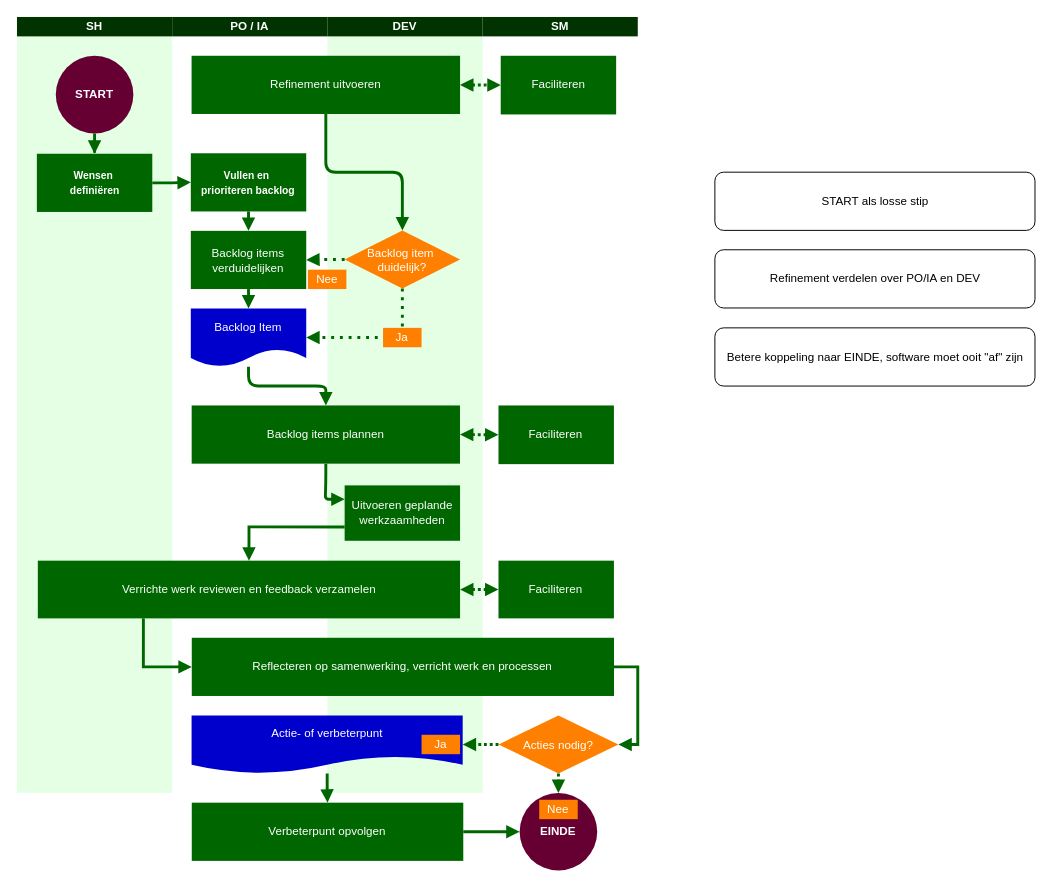
Before: diagrammen/2025-05-10 Opdracht 2 IST Swimlane.drawio in LeroyGerrits/zuyd, a draw.io diagram. Source tidied: cells renumbered, new cells numbered last; positions are measured from the earlier drawing's top-left corner, leaving out a move shared by most shapes. Both pictures are drawn from the tidied source at 97%, with x=0, y=0 at pixel (16, 16).
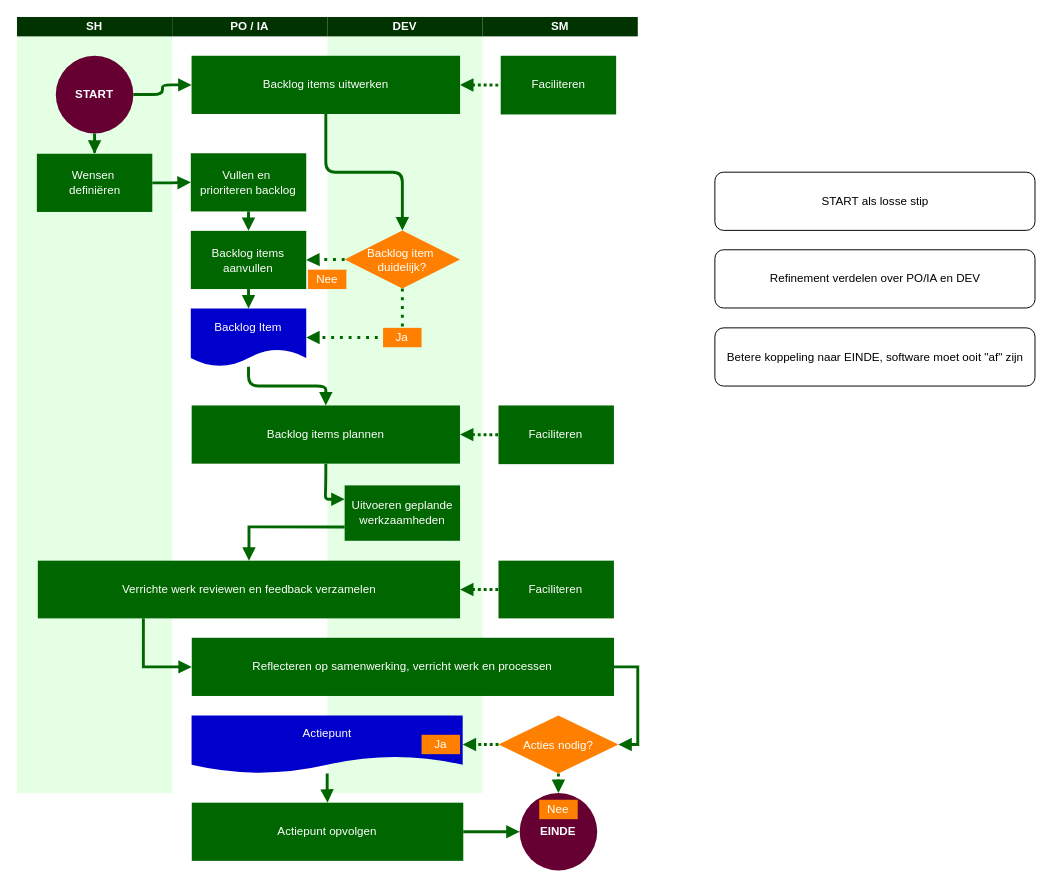
The same diagram, later.

Unchanged cells that the change refers to:
```xml
<mxCell id="19" value="Verrichte werk reviewen en feedback verzamelen" style="whiteSpace=wrap;strokeColor=none;fillColor=#006600;shadow=0;fontColor=#FFFFFF;fontFamily=Helvetica;fontStyle=0;html=1;fontSize=12;spacing=6;verticalAlign=middle;fillStyle=auto;" parent="1" vertex="1">
  <mxGeometry x="21.5" y="560.5" width="435.3" height="59.5" as="geometry" />
</mxCell>
<mxCell id="27" value="Backlog items plannen" style="whiteSpace=wrap;strokeColor=none;fillColor=#006600;shadow=0;fontColor=#FFFFFF;fontFamily=Helvetica;fontStyle=0;html=1;fontSize=12;spacing=6;verticalAlign=middle;fillStyle=auto;" parent="1" vertex="1">
  <mxGeometry x="180.1" y="400.5" width="276.6" height="60" as="geometry" />
</mxCell>
<mxCell id="28" value="Faciliteren" style="whiteSpace=wrap;shadow=0;fontColor=#FFFFFF;fontFamily=Helvetica;fontStyle=0;html=1;fontSize=12;plain-purple;strokeColor=none;fillColor=#006600;gradientColor=none;spacing=6;verticalAlign=middle;" parent="1" vertex="1">
  <mxGeometry x="498.7" y="40" width="119" height="60.5" as="geometry" />
</mxCell>
<mxCell id="29" value="Faciliteren" style="whiteSpace=wrap;shadow=0;fontColor=#FFFFFF;fontFamily=Helvetica;fontStyle=0;html=1;fontSize=12;plain-purple;strokeColor=none;fillColor=#006600;gradientColor=none;spacing=6;verticalAlign=middle;" parent="1" vertex="1">
  <mxGeometry x="496.4" y="400.5" width="119" height="60.5" as="geometry" />
</mxCell>
<mxCell id="30" value="Faciliteren" style="whiteSpace=wrap;shadow=0;fontColor=#FFFFFF;fontFamily=Helvetica;fontStyle=0;html=1;fontSize=12;plain-purple;strokeColor=none;fillColor=#006600;gradientColor=none;spacing=6;verticalAlign=middle;" parent="1" vertex="1">
  <mxGeometry x="496.4" y="560.5" width="119" height="59.5" as="geometry" />
</mxCell>
<mxCell id="49" value="&lt;b&gt;START&lt;/b&gt;" style="ellipse;whiteSpace=wrap;html=1;fillColor=#660033;fontColor=#FFFFFF;strokeColor=none;" parent="1" vertex="1">
  <mxGeometry x="40" y="40" width="80" height="80" as="geometry" />
</mxCell>
```

The edit, as a diff of the source:
```diff
@@
-    <mxCell id="9" value="&lt;font face=&quot;Arial, sans-serif&quot;&gt;&lt;span style=&quot;font-size: 10.6667px; white-space-collapse: preserve;&quot;&gt;&lt;b&gt;Wensen &lt;/b&gt;&lt;/span&gt;&lt;/font&gt;&lt;div&gt;&lt;font face=&quot;Arial, sans-serif&quot;&gt;&lt;span style=&quot;font-size: 10.6667px; white-space-collapse: preserve;&quot;&gt;&lt;b&gt;definiëren&lt;/b&gt;&lt;/span&gt;&lt;/font&gt;&lt;/div&gt;" style="whiteSpace=wrap;shadow=0;fontColor=#FFFFFF;fontFamily=Helvetica;fontStyle=0;html=1;fontSize=12;plain-purple;strokeColor=none;fillColor=#006600;gradientColor=none;spacing=6;verticalAlign=middle;" parent="1" vertex="1">
+    <mxCell id="9" value="&lt;font face=&quot;Arial, sans-serif&quot;&gt;&lt;span style=&quot;white-space-collapse: preserve;&quot;&gt;Wensen &lt;/span&gt;&lt;/font&gt;&lt;div&gt;&lt;font face=&quot;Arial, sans-serif&quot;&gt;&lt;span style=&quot;white-space-collapse: preserve;&quot;&gt;definiëren&lt;/span&gt;&lt;/font&gt;&lt;/div&gt;" style="whiteSpace=wrap;shadow=0;fontColor=#FFFFFF;fontFamily=Helvetica;fontStyle=0;html=1;fontSize=12;plain-purple;strokeColor=none;fillColor=#006600;gradientColor=none;spacing=6;verticalAlign=middle;" parent="1" vertex="1">
       <mxGeometry x="20.5" y="141" width="119" height="60" as="geometry" />
     </mxCell>
@@
-    <mxCell id="11" value="Refinement uitvoeren" style="whiteSpace=wrap;strokeColor=none;fillColor=#006600;shadow=0;fontColor=#FFFFFF;fontFamily=Helvetica;fontStyle=0;html=1;fontSize=12;spacing=6;verticalAlign=middle;fillStyle=auto;" parent="1" vertex="1">
+    <mxCell id="11" value="Backlog items uitwerken" style="whiteSpace=wrap;strokeColor=none;fillColor=#006600;shadow=0;fontColor=#FFFFFF;fontFamily=Helvetica;fontStyle=0;html=1;fontSize=12;spacing=6;verticalAlign=middle;fillStyle=auto;" parent="1" vertex="1">
       <mxGeometry x="180" y="40" width="276.8" height="60" as="geometry" />
     </mxCell>
@@
-    <mxCell id="21" value="&lt;span id=&quot;docs-internal-guid-4acb14f2-7fff-6d94-5c89-45a00911f3d4&quot;&gt;&lt;span style=&quot;font-size: 8pt; font-family: Arial, sans-serif; background-color: transparent; font-weight: 700; font-variant-numeric: normal; font-variant-east-asian: normal; font-variant-alternates: normal; font-variant-position: normal; font-variant-emoji: normal; vertical-align: baseline; white-space-collapse: preserve;&quot;&gt;Vullen en &lt;/span&gt;&lt;/span&gt;&lt;div&gt;&lt;span&gt;&lt;span style=&quot;font-size: 8pt; font-family: Arial, sans-serif; background-color: transparent; font-weight: 700; font-variant-numeric: normal; font-variant-east-asian: normal; font-variant-alternates: normal; font-variant-position: normal; font-variant-emoji: normal; vertical-align: baseline; white-space-collapse: preserve;&quot;&gt;prioriteren backlog&lt;/span&gt;&lt;/span&gt;&lt;/div&gt;" style="whiteSpace=wrap;shadow=0;fontColor=#FFFFFF;fontFamily=Helvetica;fontStyle=0;html=1;fontSize=12;plain-purple;strokeColor=none;fillColor=#006600;gradientColor=none;spacing=6;verticalAlign=middle;" parent="1" vertex="1">
+    <mxCell id="21" value="&lt;span id=&quot;docs-internal-guid-4acb14f2-7fff-6d94-5c89-45a00911f3d4&quot;&gt;&lt;span style=&quot;font-family: Arial, sans-serif; background-color: transparent; font-variant-numeric: normal; font-variant-east-asian: normal; font-variant-alternates: normal; font-variant-position: normal; font-variant-emoji: normal; vertical-align: baseline; white-space-collapse: preserve;&quot;&gt;&lt;font&gt;Vullen en &lt;/font&gt;&lt;/span&gt;&lt;/span&gt;&lt;div&gt;&lt;span&gt;&lt;span style=&quot;font-family: Arial, sans-serif; background-color: transparent; font-variant-numeric: normal; font-variant-east-asian: normal; font-variant-alternates: normal; font-variant-position: normal; font-variant-emoji: normal; vertical-align: baseline; white-space-collapse: preserve;&quot;&gt;&lt;font&gt;prioriteren backlog&lt;/font&gt;&lt;/span&gt;&lt;/span&gt;&lt;/div&gt;" style="whiteSpace=wrap;shadow=0;fontColor=#FFFFFF;fontFamily=Helvetica;fontStyle=0;html=1;fontSize=12;plain-purple;strokeColor=none;fillColor=#006600;gradientColor=none;spacing=6;verticalAlign=middle;" parent="1" vertex="1">
       <mxGeometry x="179.2" y="140.5" width="119" height="60" as="geometry" />
     </mxCell>
@@
-    <mxCell id="25" value="Backlog items verduidelijken" style="whiteSpace=wrap;shadow=0;fontColor=#FFFFFF;fontFamily=Helvetica;fontStyle=0;html=1;fontSize=12;plain-purple;strokeColor=none;fillColor=#006600;gradientColor=none;spacing=6;verticalAlign=middle;" parent="1" vertex="1">
+    <mxCell id="25" value="Backlog items aanvullen" style="whiteSpace=wrap;shadow=0;fontColor=#FFFFFF;fontFamily=Helvetica;fontStyle=0;html=1;fontSize=12;plain-purple;strokeColor=none;fillColor=#006600;gradientColor=none;spacing=6;verticalAlign=middle;" parent="1" vertex="1">
       <mxGeometry x="179.2" y="220.5" width="119" height="60" as="geometry" />
     </mxCell>
@@
-    <mxCell id="37" value="Actie- of verbeterpunt" style="shape=document;whiteSpace=wrap;verticalAlign=middle;strokeColor=none;fillColor=#0000CC;shadow=0;fontColor=#FFFFFF;fontFamily=Helvetica;fontStyle=0;html=1;fontSize=12;spacing=6;spacingBottom=22;" parent="1" vertex="1">
+    <mxCell id="37" value="Actiepunt" style="shape=document;whiteSpace=wrap;verticalAlign=middle;strokeColor=none;fillColor=#0000CC;shadow=0;fontColor=#FFFFFF;fontFamily=Helvetica;fontStyle=0;html=1;fontSize=12;spacing=6;spacingBottom=22;" parent="1" vertex="1">
       <mxGeometry x="180" y="720" width="279.5" height="60" as="geometry" />
     </mxCell>
@@
-    <mxCell id="41" value="Verbeterpunt opvolgen" style="whiteSpace=wrap;strokeColor=none;fillColor=#006600;shadow=0;fontColor=#FFFFFF;fontFamily=Helvetica;fontStyle=0;html=1;fontSize=12;spacing=6;verticalAlign=middle;fillStyle=auto;" parent="1" vertex="1">
+    <mxCell id="41" value="Actiepunt opvolgen" style="whiteSpace=wrap;strokeColor=none;fillColor=#006600;shadow=0;fontColor=#FFFFFF;fontFamily=Helvetica;fontStyle=0;html=1;fontSize=12;spacing=6;verticalAlign=middle;fillStyle=auto;" parent="1" vertex="1">
       <mxGeometry x="180.2" y="810" width="279.9" height="60" as="geometry" />
     </mxCell>
@@
-    <mxCell id="45" style="endArrow=block;startArrow=block;html=1;rounded=0;exitX=1;exitY=0.5;exitDx=0;exitDy=0;entryX=0;entryY=0.5;entryDx=0;entryDy=0;strokeWidth=3;strokeColor=#006600;dashed=1;dashPattern=1 1;startFill=1;endFill=1;" parent="1" edge="1" source="11" target="28">
+    <mxCell id="45" style="endArrow=none;startArrow=block;html=1;rounded=0;exitX=1;exitY=0.5;exitDx=0;exitDy=0;entryX=0;entryY=0.5;entryDx=0;entryDy=0;strokeWidth=3;strokeColor=#006600;dashed=1;dashPattern=1 1;startFill=1;endFill=1;" parent="1" edge="1" source="11" target="28">
       <mxGeometry relative="1" as="geometry" />
     </mxCell>
-    <mxCell id="46" style="endArrow=block;startArrow=block;html=1;rounded=0;exitX=1;exitY=0.5;exitDx=0;exitDy=0;entryX=0;entryY=0.5;entryDx=0;entryDy=0;strokeWidth=3;strokeColor=#006600;dashed=1;dashPattern=1 1;endFill=1;startFill=1;" parent="1" edge="1" source="27" target="29">
+    <mxCell id="46" style="endArrow=none;startArrow=block;html=1;rounded=0;exitX=1;exitY=0.5;exitDx=0;exitDy=0;entryX=0;entryY=0.5;entryDx=0;entryDy=0;strokeWidth=3;strokeColor=#006600;dashed=1;dashPattern=1 1;endFill=1;startFill=1;" parent="1" edge="1" source="27" target="29">
       <mxGeometry relative="1" as="geometry" />
     </mxCell>
-    <mxCell id="47" style="endArrow=block;startArrow=block;html=1;rounded=0;exitX=1;exitY=0.5;exitDx=0;exitDy=0;entryX=0;entryY=0.5;entryDx=0;entryDy=0;strokeWidth=3;dashed=1;dashPattern=1 1;strokeColor=#006600;endFill=1;startFill=1;" parent="1" edge="1" source="19" target="30">
+    <mxCell id="47" style="endArrow=none;startArrow=block;html=1;rounded=0;exitX=1;exitY=0.5;exitDx=0;exitDy=0;entryX=0;entryY=0.5;entryDx=0;entryDy=0;strokeWidth=3;dashed=1;dashPattern=1 1;strokeColor=#006600;endFill=1;startFill=1;" parent="1" edge="1" source="19" target="30">
       <mxGeometry relative="1" as="geometry" />
     </mxCell>
@@
+    <mxCell id="52" style="edgeStyle=orthogonalEdgeStyle;rounded=1;jettySize=auto;html=1;entryX=0;entryY=0.5;entryDx=0;entryDy=0;curved=0;strokeColor=#006600;strokeWidth=3;endArrow=block;endFill=1;" parent="1" edge="1" source="49" target="11">
+      <mxGeometry relative="1" as="geometry" />
+    </mxCell>
```
